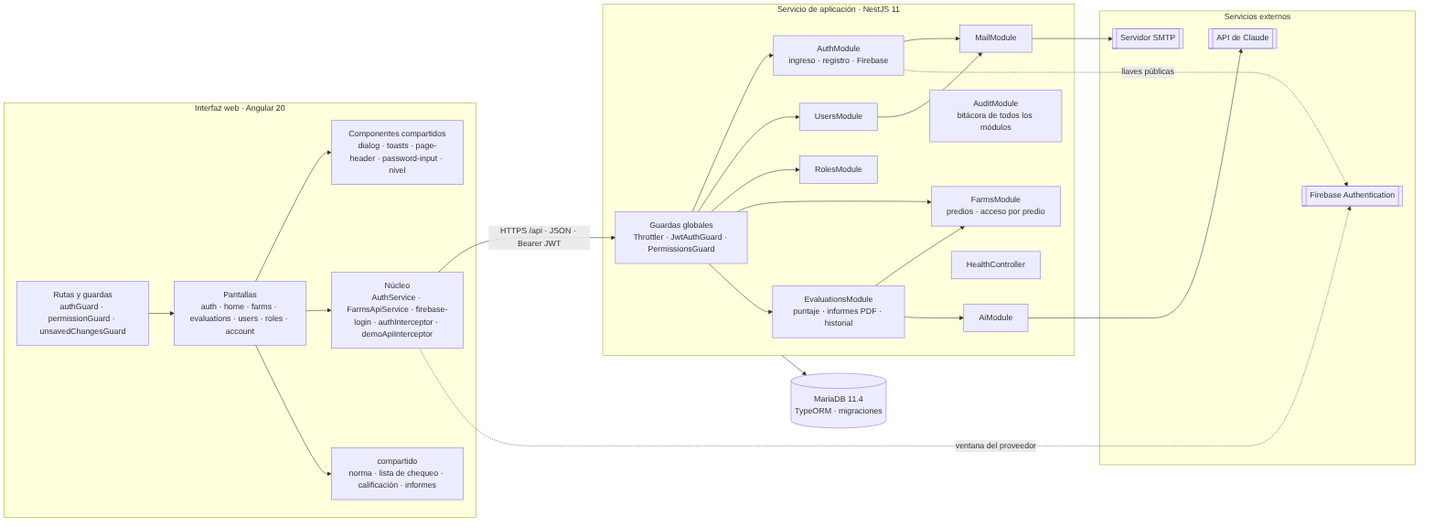
Above: docs/uml/componentes.png in 98765432100123456/Aplicacion-a-la-inteligencia-artificial- (Mermaid), before the change. Its source is kept beside it as docs/uml/fuentes/componentes.mmd.
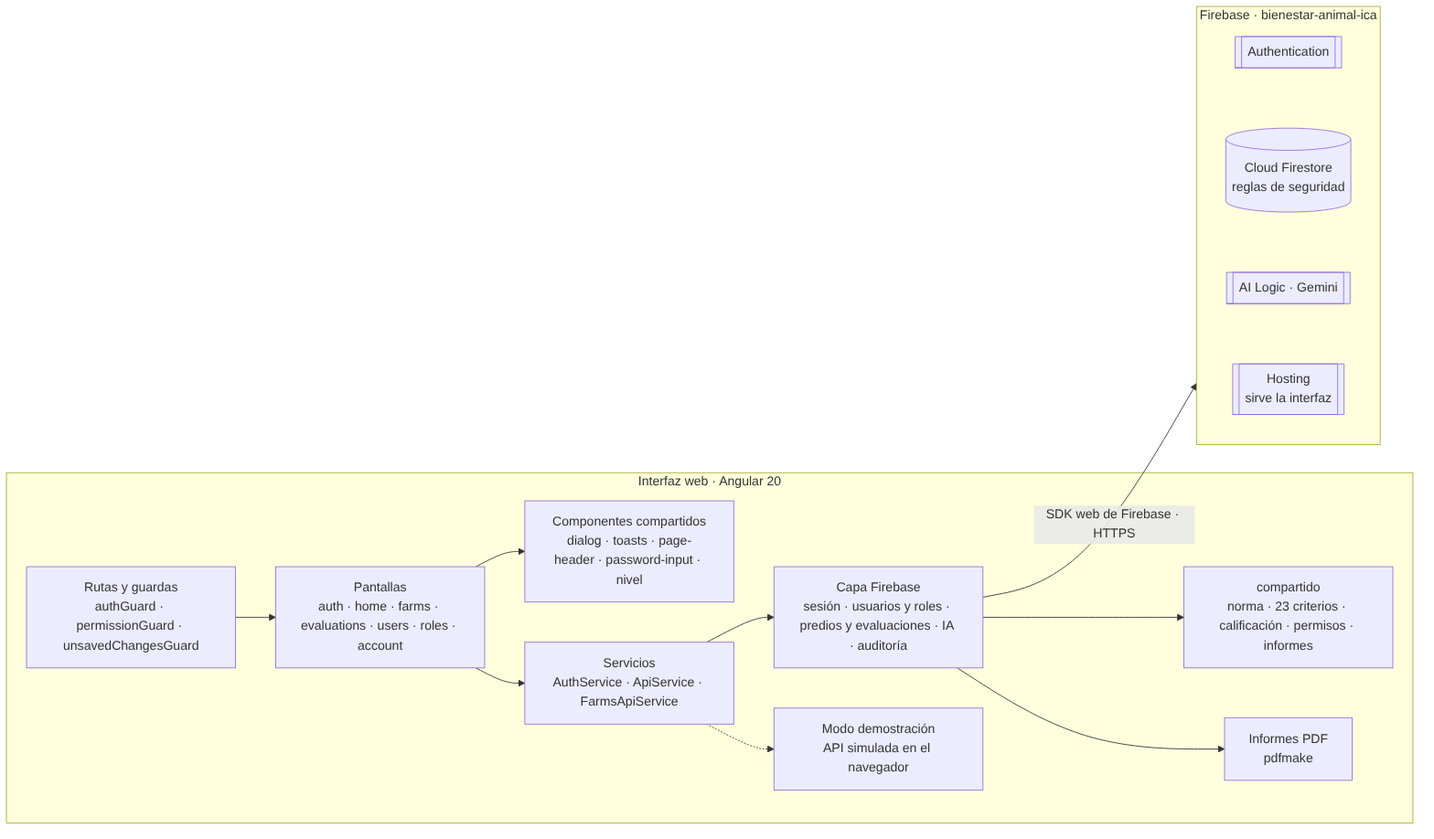
The same file after the commit.

Change to the diagram source:
```diff
@@ -4,42 +4,26 @@
         RT[Rutas y guardas<br/>authGuard · permissionGuard · unsavedChangesGuard]
         FT[Pantallas<br/>auth · home · farms · evaluations · users · roles · account]
         SH[Componentes compartidos<br/>dialog · toasts · page-header · password-input · nivel]
-        CO[Núcleo<br/>AuthService · FarmsApiService · firebase-login · authInterceptor · demoApiInterceptor]
-        CP[compartido<br/>norma · lista de chequeo · calificación · informes]
+        SV[Servicios<br/>AuthService · ApiService · FarmsApiService]
+        DF[Capa Firebase<br/>sesión · usuarios y roles · predios y evaluaciones · IA · auditoría]
+        CP[compartido<br/>norma · 23 criterios · calificación · permisos · informes]
+        PDF[Informes PDF<br/>pdfmake]
+        DEMO[Modo demostración<br/>API simulada en el navegador]
         RT --> FT --> SH
-        FT --> CO
-        FT --> CP
+        FT --> SV
+        SV --> DF
+        SV -.-> DEMO
+        DF --> CP
+        DF --> PDF
     end
 
-    subgraph BE["Servicio de aplicación · NestJS 11"]
+    subgraph FB["Firebase · bienestar-animal-ica"]
         direction TB
-        GU[Guardas globales<br/>Throttler · JwtAuthGuard · PermissionsGuard]
-        AU[AuthModule<br/>ingreso · registro · Firebase]
-        US[UsersModule]
-        RO[RolesModule]
-        FA[FarmsModule<br/>predios · acceso por predio]
-        EV[EvaluationsModule<br/>puntaje · informes PDF · historial]
-        AI[AiModule]
-        AD[AuditModule<br/>bitácora de todos los módulos]
-        MA[MailModule]
-        HE[HealthController]
-        GU --> AU & US & RO & FA & EV
-        EV --> FA & AI
-        AU & US --> MA
+        AU[[Authentication]]
+        FS[(Cloud Firestore<br/>reglas de seguridad)]
+        IA[[AI Logic · Gemini]]
+        HO[[Hosting<br/>sirve la interfaz]]
+        AU ~~~ FS ~~~ IA ~~~ HO
     end
 
-    DB[(MariaDB 11.4<br/>TypeORM · migraciones)]
-    subgraph EXT["Servicios externos"]
-        direction TB
-        SMTP[[Servidor SMTP]]
-        CLA[[API de Claude]]
-        FB[[Firebase Authentication]]
-        SMTP ~~~ CLA ~~~ FB
-    end
-
-    CO -- "HTTPS /api · JSON · Bearer JWT" --> GU
-    AU -. "llaves públicas" .-> FB
-    CO -. "ventana del proveedor" .-> FB
-    BE --> DB
-    MA --> SMTP
-    AI --> CLA
+    DF -- "SDK web de Firebase · HTTPS" --> FB
```
